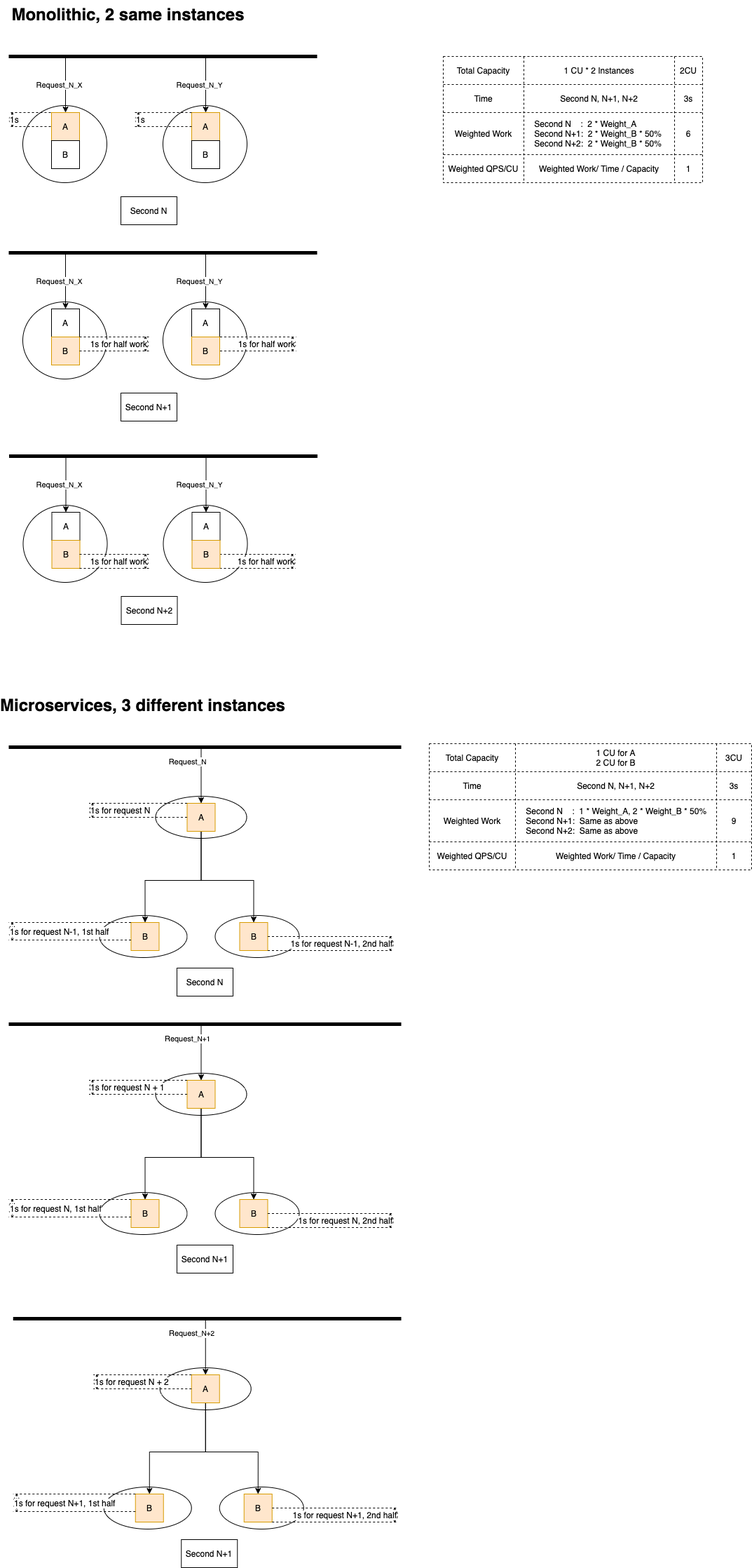
The draw.io diagram 2021-11-how-independent-scaling-helps-with-performance/with-dep/a-calls-b.drawio.png in chenjianjx/cjx-diagrams, before a commit. Source tidied: cells renumbered, new cells last; positions are measured from the earlier drawing's top-left corner, leaving out a move shared by most shapes.
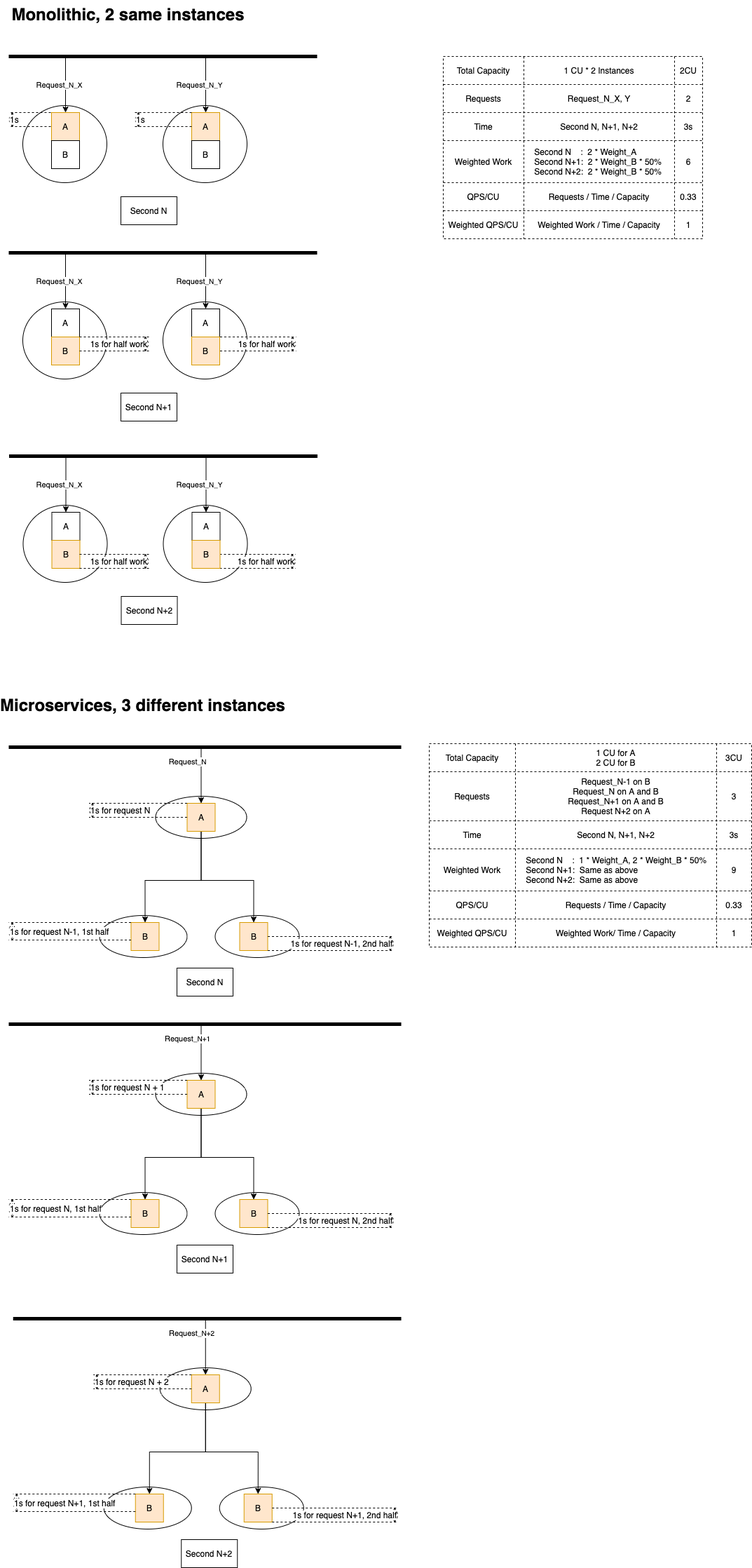
The same diagram one commit later.

Commit message:
Add QPS for with-dep

What changed in the source:
```diff
@@ -46,7 +46,7 @@
       <mxGeometry y="160" width="60" height="20" as="geometry" />
     </mxCell>
     <mxCell id="13" style="shape=table;html=1;whiteSpace=wrap;startSize=0;dashed=1;verticalAlign=bottom;" parent="1" vertex="1">
-      <mxGeometry x="620" y="80" width="370" height="180" as="geometry" />
+      <mxGeometry x="620" y="80" width="370" height="260" as="geometry" />
     </mxCell>
     <mxCell id="14" style="shape=partialRectangle;html=1;whiteSpace=wrap;fillColor=none;top=0;left=0;bottom=0;right=0;" parent="13" vertex="1">
       <mxGeometry width="370" height="40" as="geometry" />
@@ -60,8 +60,20 @@
     <mxCell id="17" value="2CU" style="shape=partialRectangle;html=1;whiteSpace=wrap;fillColor=none;top=0;left=0;bottom=0;right=0;overflow=hidden;" parent="14" vertex="1">
       <mxGeometry x="330" width="40" height="40" as="geometry" />
     </mxCell>
+    <mxCell id="134" style="shape=partialRectangle;html=1;whiteSpace=wrap;fillColor=none;top=0;left=0;bottom=0;right=0;" parent="13" vertex="1">
+      <mxGeometry y="40" width="370" height="40" as="geometry" />
+    </mxCell>
+    <mxCell id="135" value="Requests" style="shape=partialRectangle;html=1;whiteSpace=wrap;fillColor=none;top=0;left=0;bottom=0;right=0;overflow=hidden;" parent="134" vertex="1">
+      <mxGeometry width="115" height="40" as="geometry" />
+    </mxCell>
+    <mxCell id="136" value="Request_N_X, Y" style="shape=partialRectangle;html=1;whiteSpace=wrap;fillColor=none;top=0;left=0;bottom=0;right=0;overflow=hidden;" parent="134" vertex="1">
+      <mxGeometry x="115" width="215" height="40" as="geometry" />
+    </mxCell>
+    <mxCell id="137" value="2" style="shape=partialRectangle;html=1;whiteSpace=wrap;fillColor=none;top=0;left=0;bottom=0;right=0;overflow=hidden;" parent="134" vertex="1">
+      <mxGeometry x="330" width="40" height="40" as="geometry" />
+    </mxCell>
     <mxCell id="18" style="shape=partialRectangle;html=1;whiteSpace=wrap;fillColor=none;top=0;left=0;bottom=0;right=0;" parent="13" vertex="1">
-      <mxGeometry y="40" width="370" height="40" as="geometry" />
+      <mxGeometry y="80" width="370" height="40" as="geometry" />
     </mxCell>
     <mxCell id="19" value="Time" style="shape=partialRectangle;html=1;whiteSpace=wrap;fillColor=none;top=0;left=0;bottom=0;right=0;overflow=hidden;" parent="18" vertex="1">
       <mxGeometry width="115" height="40" as="geometry" />
@@ -73,7 +85,7 @@
       <mxGeometry x="330" width="40" height="40" as="geometry" />
     </mxCell>
     <mxCell id="22" style="shape=partialRectangle;html=1;whiteSpace=wrap;fillColor=none;top=0;left=0;bottom=0;right=0;" parent="13" vertex="1">
-      <mxGeometry y="80" width="370" height="60" as="geometry" />
+      <mxGeometry y="120" width="370" height="60" as="geometry" />
     </mxCell>
     <mxCell id="23" value="Weighted Work" style="shape=partialRectangle;html=1;whiteSpace=wrap;fillColor=none;top=0;left=0;bottom=0;right=0;overflow=hidden;" parent="22" vertex="1">
       <mxGeometry width="115" height="60" as="geometry" />
@@ -84,13 +96,25 @@
     <mxCell id="25" value="6" style="shape=partialRectangle;html=1;whiteSpace=wrap;fillColor=none;top=0;left=0;bottom=0;right=0;overflow=hidden;" parent="22" vertex="1">
       <mxGeometry x="330" width="40" height="60" as="geometry" />
     </mxCell>
+    <mxCell id="138" style="shape=partialRectangle;html=1;whiteSpace=wrap;fillColor=none;top=0;left=0;bottom=0;right=0;" parent="13" vertex="1">
+      <mxGeometry y="180" width="370" height="40" as="geometry" />
+    </mxCell>
+    <mxCell id="139" value="QPS/CU" style="shape=partialRectangle;html=1;whiteSpace=wrap;fillColor=none;top=0;left=0;bottom=0;right=0;overflow=hidden;" parent="138" vertex="1">
+      <mxGeometry width="115" height="40" as="geometry" />
+    </mxCell>
+    <mxCell id="140" value="Requests / Time / Capacity" style="shape=partialRectangle;html=1;whiteSpace=wrap;fillColor=none;top=0;left=0;bottom=0;right=0;overflow=hidden;align=center;" parent="138" vertex="1">
+      <mxGeometry x="115" width="215" height="40" as="geometry" />
+    </mxCell>
+    <mxCell id="141" value="0.33" style="shape=partialRectangle;html=1;whiteSpace=wrap;fillColor=none;top=0;left=0;bottom=0;right=0;overflow=hidden;" parent="138" vertex="1">
+      <mxGeometry x="330" width="40" height="40" as="geometry" />
+    </mxCell>
     <mxCell id="26" style="shape=partialRectangle;html=1;whiteSpace=wrap;fillColor=none;top=0;left=0;bottom=0;right=0;" parent="13" vertex="1">
-      <mxGeometry y="140" width="370" height="40" as="geometry" />
+      <mxGeometry y="220" width="370" height="40" as="geometry" />
     </mxCell>
     <mxCell id="27" value="Weighted QPS/CU" style="shape=partialRectangle;html=1;whiteSpace=wrap;fillColor=none;top=0;left=0;bottom=0;right=0;overflow=hidden;" parent="26" vertex="1">
       <mxGeometry width="115" height="40" as="geometry" />
     </mxCell>
-    <mxCell id="28" value="Weighted Work/ Time / Capacity" style="shape=partialRectangle;html=1;whiteSpace=wrap;fillColor=none;top=0;left=0;bottom=0;right=0;overflow=hidden;" parent="26" vertex="1">
+    <mxCell id="28" value="Weighted Work / Time / Capacity" style="shape=partialRectangle;html=1;whiteSpace=wrap;fillColor=none;top=0;left=0;bottom=0;right=0;overflow=hidden;" parent="26" vertex="1">
       <mxGeometry x="115" width="215" height="40" as="geometry" />
     </mxCell>
     <mxCell id="29" value="1" style="shape=partialRectangle;html=1;whiteSpace=wrap;fillColor=none;top=0;left=0;bottom=0;right=0;overflow=hidden;" parent="26" vertex="1">
@@ -449,7 +473,7 @@
     <mxCell id="113" value="B" style="whiteSpace=wrap;html=1;fillColor=#ffe6cc;strokeColor=#d79b00;" parent="1" vertex="1">
       <mxGeometry x="335.8" y="2130" width="40" height="40" as="geometry" />
     </mxCell>
-    <mxCell id="114" value="Second N+1" style="rounded=0;whiteSpace=wrap;html=1;" parent="1" vertex="1">
+    <mxCell id="114" value="Second N+2" style="rounded=0;whiteSpace=wrap;html=1;" parent="1" vertex="1">
       <mxGeometry x="246.2" y="2195" width="80" height="40" as="geometry" />
     </mxCell>
     <mxCell id="115" value="&lt;span style=&quot;text-align: right&quot;&gt;1s for request N+1, 1st half&lt;/span&gt;" style="shape=dimension;direction=south;whiteSpace=wrap;html=1;align=left;verticalAlign=middle;labelBackgroundColor=#ffffff;dashed=1;" parent="1" vertex="1">
@@ -459,7 +483,7 @@
       <mxGeometry x="375.8" y="2150" width="180" height="20" as="geometry" />
     </mxCell>
     <mxCell id="117" style="shape=table;html=1;whiteSpace=wrap;startSize=0;dashed=1;verticalAlign=bottom;" parent="1" vertex="1">
-      <mxGeometry x="600" y="1060" width="460" height="180" as="geometry" />
+      <mxGeometry x="600" y="1060" width="460" height="290" as="geometry" />
     </mxCell>
     <mxCell id="118" style="shape=partialRectangle;html=1;whiteSpace=wrap;fillColor=none;top=0;left=0;bottom=0;right=0;" parent="117" vertex="1">
       <mxGeometry width="460" height="40" as="geometry" />
@@ -473,8 +497,20 @@
     <mxCell id="121" value="3CU" style="shape=partialRectangle;html=1;whiteSpace=wrap;fillColor=none;top=0;left=0;bottom=0;right=0;overflow=hidden;" parent="118" vertex="1">
       <mxGeometry x="410" width="50" height="40" as="geometry" />
     </mxCell>
+    <mxCell id="142" style="shape=partialRectangle;html=1;whiteSpace=wrap;fillColor=none;top=0;left=0;bottom=0;right=0;" parent="117" vertex="1">
+      <mxGeometry y="40" width="460" height="70" as="geometry" />
+    </mxCell>
+    <mxCell id="143" value="Requests" style="shape=partialRectangle;html=1;whiteSpace=wrap;fillColor=none;top=0;left=0;bottom=0;right=0;overflow=hidden;" parent="142" vertex="1">
+      <mxGeometry width="123" height="70" as="geometry" />
+    </mxCell>
+    <mxCell id="144" value="Request_N-1 on B&lt;br&gt;Request_N on A and B&lt;br&gt;Request_N+1 on A and B&lt;br&gt;Request N+2 on A" style="shape=partialRectangle;html=1;whiteSpace=wrap;fillColor=none;top=0;left=0;bottom=0;right=0;overflow=hidden;" parent="142" vertex="1">
+      <mxGeometry x="123" width="287" height="70" as="geometry" />
+    </mxCell>
+    <mxCell id="145" value="3" style="shape=partialRectangle;html=1;whiteSpace=wrap;fillColor=none;top=0;left=0;bottom=0;right=0;overflow=hidden;" parent="142" vertex="1">
+      <mxGeometry x="410" width="50" height="70" as="geometry" />
+    </mxCell>
     <mxCell id="122" style="shape=partialRectangle;html=1;whiteSpace=wrap;fillColor=none;top=0;left=0;bottom=0;right=0;" parent="117" vertex="1">
-      <mxGeometry y="40" width="460" height="40" as="geometry" />
+      <mxGeometry y="110" width="460" height="40" as="geometry" />
     </mxCell>
     <mxCell id="123" value="Time" style="shape=partialRectangle;html=1;whiteSpace=wrap;fillColor=none;top=0;left=0;bottom=0;right=0;overflow=hidden;" parent="122" vertex="1">
       <mxGeometry width="123" height="40" as="geometry" />
@@ -486,7 +522,7 @@
       <mxGeometry x="410" width="50" height="40" as="geometry" />
     </mxCell>
     <mxCell id="126" style="shape=partialRectangle;html=1;whiteSpace=wrap;fillColor=none;top=0;left=0;bottom=0;right=0;" parent="117" vertex="1">
-      <mxGeometry y="80" width="460" height="60" as="geometry" />
+      <mxGeometry y="150" width="460" height="60" as="geometry" />
     </mxCell>
     <mxCell id="127" value="Weighted Work" style="shape=partialRectangle;html=1;whiteSpace=wrap;fillColor=none;top=0;left=0;bottom=0;right=0;overflow=hidden;" parent="126" vertex="1">
       <mxGeometry width="123" height="60" as="geometry" />
@@ -497,8 +533,20 @@
     <mxCell id="129" value="9" style="shape=partialRectangle;html=1;whiteSpace=wrap;fillColor=none;top=0;left=0;bottom=0;right=0;overflow=hidden;" parent="126" vertex="1">
       <mxGeometry x="410" width="50" height="60" as="geometry" />
     </mxCell>
+    <mxCell id="146" style="shape=partialRectangle;html=1;whiteSpace=wrap;fillColor=none;top=0;left=0;bottom=0;right=0;" parent="117" vertex="1">
+      <mxGeometry y="210" width="460" height="40" as="geometry" />
+    </mxCell>
+    <mxCell id="147" value="QPS/CU" style="shape=partialRectangle;html=1;whiteSpace=wrap;fillColor=none;top=0;left=0;bottom=0;right=0;overflow=hidden;" parent="146" vertex="1">
+      <mxGeometry width="123" height="40" as="geometry" />
+    </mxCell>
+    <mxCell id="148" value="&lt;span&gt;Requests / Time / Capacity&lt;/span&gt;" style="shape=partialRectangle;html=1;whiteSpace=wrap;fillColor=none;top=0;left=0;bottom=0;right=0;overflow=hidden;" parent="146" vertex="1">
+      <mxGeometry x="123" width="287" height="40" as="geometry" />
+    </mxCell>
+    <mxCell id="149" value="0.33" style="shape=partialRectangle;html=1;whiteSpace=wrap;fillColor=none;top=0;left=0;bottom=0;right=0;overflow=hidden;" parent="146" vertex="1">
+      <mxGeometry x="410" width="50" height="40" as="geometry" />
+    </mxCell>
     <mxCell id="130" style="shape=partialRectangle;html=1;whiteSpace=wrap;fillColor=none;top=0;left=0;bottom=0;right=0;" parent="117" vertex="1">
-      <mxGeometry y="140" width="460" height="40" as="geometry" />
+      <mxGeometry y="250" width="460" height="40" as="geometry" />
     </mxCell>
     <mxCell id="131" value="Weighted QPS/CU" style="shape=partialRectangle;html=1;whiteSpace=wrap;fillColor=none;top=0;left=0;bottom=0;right=0;overflow=hidden;" parent="130" vertex="1">
       <mxGeometry width="123" height="40" as="geometry" />
```
